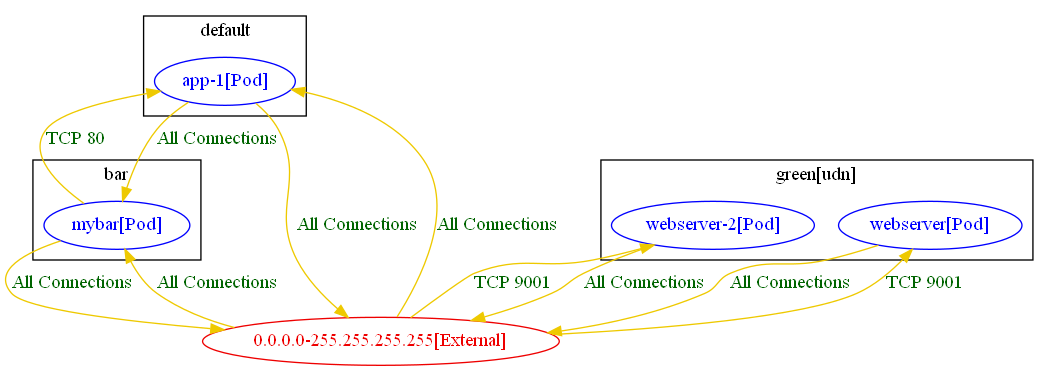
Above: test_outputs/connlist/udn_test_3_connlist_output.dot.png in np-guard/netpol-analyzer (Graphviz), before the change. Its source is kept beside it as test_outputs/connlist/udn_test_3_connlist_output.dot.
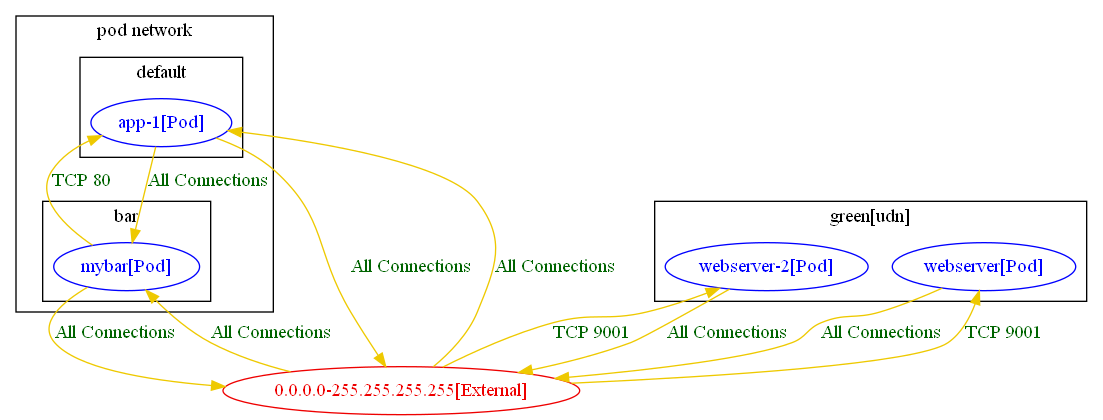
Later version of the same file.

Commit message:
group peers by pods-network : connlist dot output

The edit, as a diff of the source:
```diff
@@ -1,4 +1,6 @@
 digraph {
+	subgraph "cluster_pod_network" {
+	label="pod network"
 	subgraph "cluster_bar" {
 		color="black"
 		fontcolor="black"
@@ -10,6 +12,7 @@
 		fontcolor="black"
 		"default/app-1[Pod]" [label="app-1[Pod]" color="blue" fontcolor="blue"]
 		label="default"
+	}
 	}
 	subgraph "cluster_green[udn]" {
 		color="black"
```
